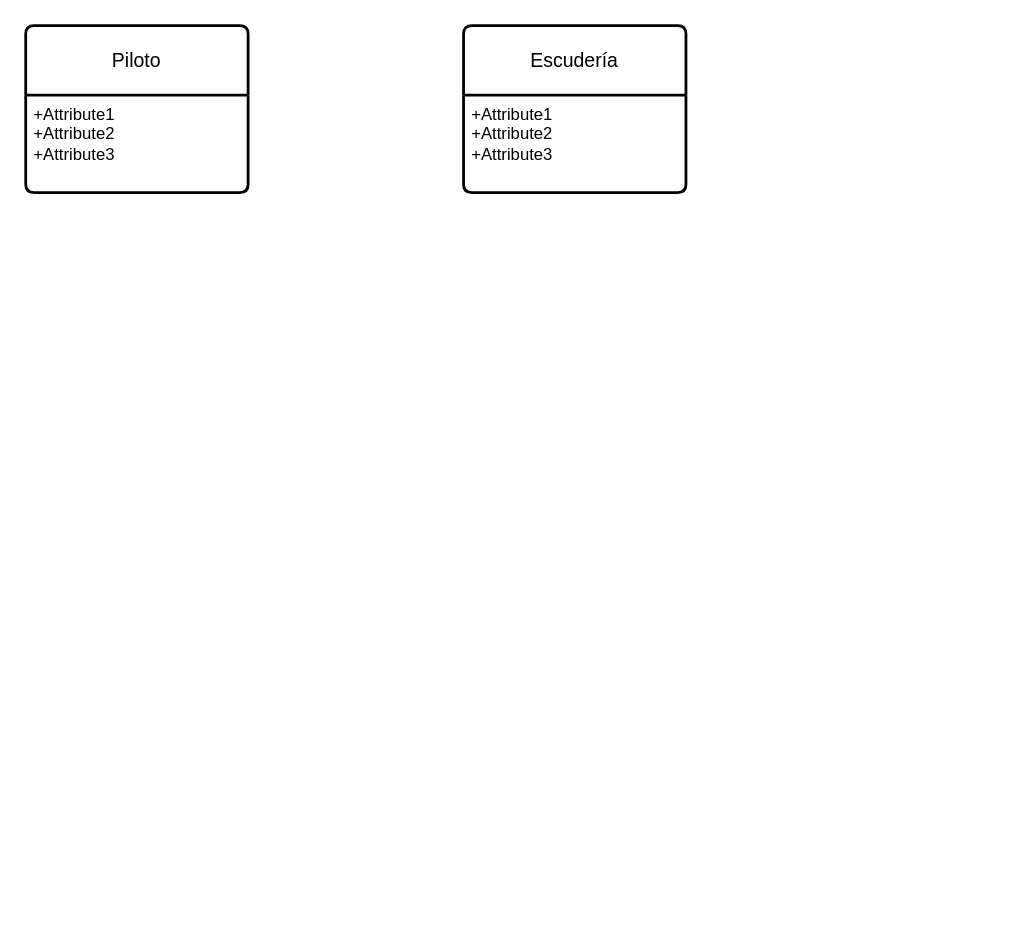
This is Diagrama sin título.drawio from marcosfernandezlopez/Laboratorio-de-redes-y-sistemas-operativos, a draw.io file, before an edit. Source tidied: cells renumbered, new cells numbered last; positions are measured from the earlier drawing's top-left corner, leaving out a move shared by most shapes. Both pictures are drawn from the tidied source at 139%, with x=0, y=0 at pixel (25, 25).
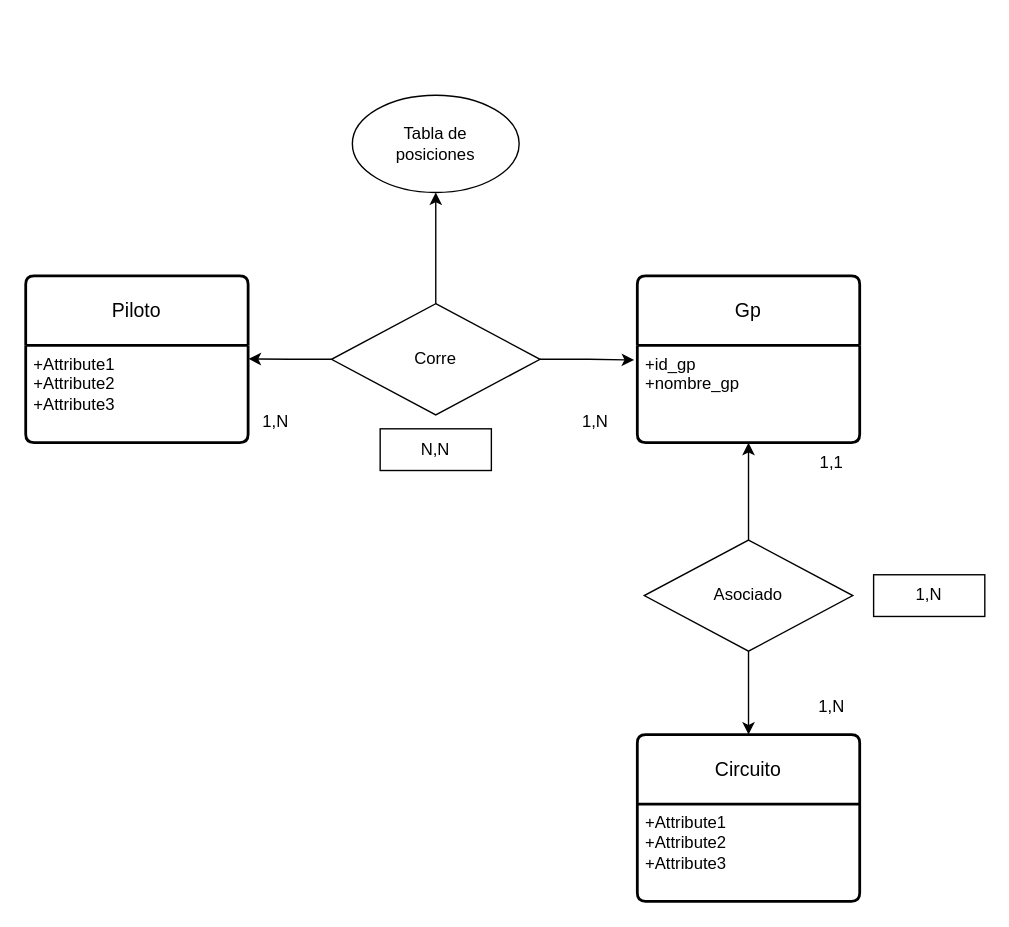
After the change.

The change refers to these unchanged cells:
```xml
<mxCell id="3" value="+Attribute1&#10;+Attribute2&#10;+Attribute3" style="align=left;strokeColor=none;fillColor=none;spacingLeft=4;fontSize=12;verticalAlign=top;html=1;" parent="2" vertex="1">
  <mxGeometry y="50" width="160" height="70" as="geometry" />
</mxCell>
```

Change to the diagram source:
```diff
@@
     <mxCell id="2" value="Piloto" style="swimlane;horizontal=1;startSize=50;rounded=1;fontSize=14;fontStyle=0;strokeWidth=2;shadow=0;dashed=0;align=center;arcSize=4;whiteSpace=wrap;html=1;" parent="1" vertex="1">
-      <mxGeometry width="160" height="120" as="geometry" />
+      <mxGeometry y="180" width="160" height="120" as="geometry" />
     </mxCell>
@@
-    <mxCell id="4" value="Escudería" style="swimlane;horizontal=1;startSize=50;rounded=1;fontSize=14;fontStyle=0;strokeWidth=2;shadow=0;dashed=0;align=center;arcSize=4;whiteSpace=wrap;html=1;" parent="1" vertex="1">
-      <mxGeometry x="315" width="160" height="120" as="geometry" />
+    <mxCell id="4" value="Gp" style="swimlane;horizontal=1;startSize=50;rounded=1;fontSize=14;fontStyle=0;strokeWidth=2;shadow=0;dashed=0;align=center;arcSize=4;whiteSpace=wrap;html=1;" parent="1" vertex="1">
+      <mxGeometry x="440" y="180" width="160" height="120" as="geometry" />
     </mxCell>
-    <mxCell id="5" value="+Attribute1&#10;+Attribute2&#10;+Attribute3" style="align=left;strokeColor=none;fillColor=none;spacingLeft=4;fontSize=12;verticalAlign=top;html=1;" parent="4" vertex="1">
+    <mxCell id="5" value="+id_gp&lt;br&gt;+nombre_gp" style="align=left;strokeColor=none;fillColor=none;spacingLeft=4;fontSize=12;verticalAlign=top;html=1;" parent="4" vertex="1">
       <mxGeometry y="50" width="160" height="70" as="geometry" />
     </mxCell>
+    <mxCell id="6" value="1,N" style="text;html=1;strokeColor=none;fillColor=none;align=center;verticalAlign=middle;whiteSpace=wrap;rounded=0;" parent="1" vertex="1">
+      <mxGeometry x="380" y="270" width="60" height="30" as="geometry" />
+    </mxCell>
+    <mxCell id="7" value="1,N" style="text;html=1;strokeColor=none;fillColor=none;align=center;verticalAlign=middle;whiteSpace=wrap;rounded=0;" parent="1" vertex="1">
+      <mxGeometry x="150" y="270" width="60" height="30" as="geometry" />
+    </mxCell>
+    <mxCell id="8" style="edgeStyle=orthogonalEdgeStyle;rounded=0;jettySize=auto;html=1;exitX=0;exitY=0.5;exitDx=0;exitDy=0;entryX=1.002;entryY=0.138;entryDx=0;entryDy=0;entryPerimeter=0;" parent="1" edge="1" source="11" target="3">
+      <mxGeometry relative="1" as="geometry" />
+    </mxCell>
+    <mxCell id="9" style="edgeStyle=orthogonalEdgeStyle;rounded=0;jettySize=auto;html=1;exitX=1;exitY=0.5;exitDx=0;exitDy=0;entryX=-0.014;entryY=0.15;entryDx=0;entryDy=0;entryPerimeter=0;" parent="1" edge="1" source="11" target="5">
+      <mxGeometry relative="1" as="geometry" />
+    </mxCell>
+    <mxCell id="10" style="edgeStyle=orthogonalEdgeStyle;rounded=0;jettySize=auto;html=1;exitX=0.5;exitY=0;exitDx=0;exitDy=0;entryX=0.5;entryY=1;entryDx=0;entryDy=0;" parent="1" edge="1" source="11" target="15">
+      <mxGeometry relative="1" as="geometry" />
+    </mxCell>
+    <mxCell id="11" style="rhombus;whiteSpace=wrap;html=1;" parent="1" vertex="1">
+      <mxGeometry x="220" y="200" width="150" height="80" as="geometry" />
+    </mxCell>
+    <mxCell id="12" value="Corre" style="text;html=1;strokeColor=none;fillColor=none;align=center;verticalAlign=middle;whiteSpace=wrap;rounded=0;" parent="1" vertex="1">
+      <mxGeometry x="265" y="225" width="60" height="30" as="geometry" />
+    </mxCell>
+    <mxCell id="13" style="rounded=0;whiteSpace=wrap;html=1;" parent="1" vertex="1">
+      <mxGeometry x="255" y="290" width="80" height="30" as="geometry" />
+    </mxCell>
+    <mxCell id="14" value="N,N" style="text;html=1;strokeColor=none;fillColor=none;align=center;verticalAlign=middle;whiteSpace=wrap;rounded=0;" parent="1" vertex="1">
+      <mxGeometry x="265" y="290" width="60" height="30" as="geometry" />
+    </mxCell>
+    <mxCell id="15" style="ellipse;whiteSpace=wrap;html=1;" parent="1" vertex="1">
+      <mxGeometry x="235" y="50" width="120" height="70" as="geometry" />
+    </mxCell>
+    <mxCell id="16" value="Tabla de posiciones" style="text;html=1;strokeColor=none;fillColor=none;align=center;verticalAlign=middle;whiteSpace=wrap;rounded=0;" parent="1" vertex="1">
+      <mxGeometry x="265" y="70" width="60" height="30" as="geometry" />
+    </mxCell>
+    <mxCell id="17" style="edgeStyle=orthogonalEdgeStyle;rounded=0;jettySize=auto;html=1;exitX=0.5;exitY=0;exitDx=0;exitDy=0;entryX=0.5;entryY=1;entryDx=0;entryDy=0;" parent="1" edge="1" source="19" target="5">
+      <mxGeometry relative="1" as="geometry" />
+    </mxCell>
+    <mxCell id="18" style="edgeStyle=orthogonalEdgeStyle;rounded=0;jettySize=auto;html=1;exitX=0.5;exitY=1;exitDx=0;exitDy=0;entryX=0.5;entryY=0;entryDx=0;entryDy=0;" parent="1" edge="1" source="19" target="21">
+      <mxGeometry relative="1" as="geometry" />
+    </mxCell>
+    <mxCell id="19" style="rhombus;whiteSpace=wrap;html=1;" parent="1" vertex="1">
+      <mxGeometry x="445" y="370" width="150" height="80" as="geometry" />
+    </mxCell>
+    <mxCell id="20" value="Asociado" style="text;html=1;strokeColor=none;fillColor=none;align=center;verticalAlign=middle;whiteSpace=wrap;rounded=0;" parent="1" vertex="1">
+      <mxGeometry x="490" y="395" width="60" height="30" as="geometry" />
+    </mxCell>
+    <mxCell id="21" value="Circuito" style="swimlane;horizontal=1;startSize=50;rounded=1;fontSize=14;fontStyle=0;strokeWidth=2;shadow=0;dashed=0;align=center;arcSize=4;whiteSpace=wrap;html=1;" parent="1" vertex="1">
+      <mxGeometry x="440" y="510" width="160" height="120" as="geometry" />
+    </mxCell>
+    <mxCell id="22" value="+Attribute1&#10;+Attribute2&#10;+Attribute3" style="align=left;strokeColor=none;fillColor=none;spacingLeft=4;fontSize=12;verticalAlign=top;html=1;" parent="21" vertex="1">
+      <mxGeometry y="50" width="160" height="70" as="geometry" />
+    </mxCell>
+    <mxCell id="23" value="1,1" style="text;html=1;strokeColor=none;fillColor=none;align=center;verticalAlign=middle;whiteSpace=wrap;rounded=0;" parent="1" vertex="1">
+      <mxGeometry x="550" y="300" width="60" height="30" as="geometry" />
+    </mxCell>
+    <mxCell id="24" value="1,N" style="text;html=1;strokeColor=none;fillColor=none;align=center;verticalAlign=middle;whiteSpace=wrap;rounded=0;" parent="1" vertex="1">
+      <mxGeometry x="550" y="475" width="60" height="30" as="geometry" />
+    </mxCell>
+    <mxCell id="25" style="rounded=0;whiteSpace=wrap;html=1;" parent="1" vertex="1">
+      <mxGeometry x="610" y="395" width="80" height="30" as="geometry" />
+    </mxCell>
+    <mxCell id="26" value="1,N" style="text;html=1;strokeColor=none;fillColor=none;align=center;verticalAlign=middle;whiteSpace=wrap;rounded=0;" parent="1" vertex="1">
+      <mxGeometry x="620" y="395" width="60" height="30" as="geometry" />
+    </mxCell>
```
